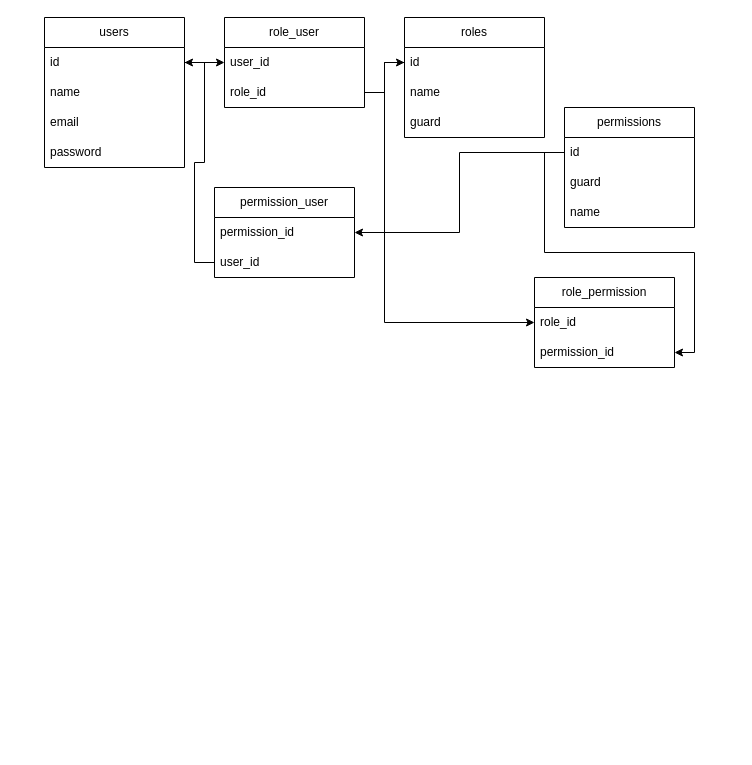
This is Untitled Diagram.drawio from asifmics/javascript, a draw.io file, before an edit. Source tidied: cells renumbered, new cells numbered last; positions are measured from the earlier drawing's top-left corner, leaving out a move shared by most shapes. Both pictures are drawn from the tidied source at 100%, with x=0, y=0 at pixel (44, 17).
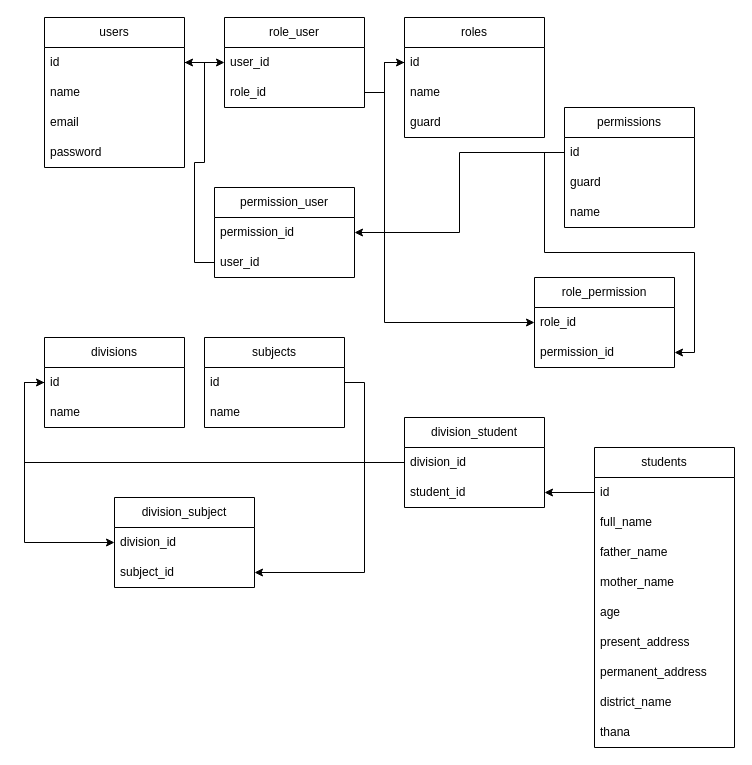
After the change.

What changed in the source:
```diff
@@
+    <mxCell id="30" value="divisions" style="swimlane;fontStyle=0;horizontal=1;startSize=30;whiteSpace=wrap;html=1;" parent="1" vertex="1">
+      <mxGeometry y="320" width="140" height="90" as="geometry" />
+    </mxCell>
+    <mxCell id="31" value="id" style="text;strokeColor=none;fillColor=none;align=left;verticalAlign=middle;spacingLeft=4;spacingRight=4;overflow=hidden;points=[[0,0.5],[1,0.5]];portConstraint=eastwest;whiteSpace=wrap;html=1;" parent="30" vertex="1">
+      <mxGeometry y="30" width="140" height="30" as="geometry" />
+    </mxCell>
+    <mxCell id="32" value="name" style="text;strokeColor=none;fillColor=none;align=left;verticalAlign=middle;spacingLeft=4;spacingRight=4;overflow=hidden;whiteSpace=wrap;html=1;" parent="30" vertex="1">
+      <mxGeometry y="60" width="140" height="30" as="geometry" />
+    </mxCell>
+    <mxCell id="33" value="students" style="swimlane;fontStyle=0;horizontal=1;startSize=30;whiteSpace=wrap;html=1;" parent="1" vertex="1">
+      <mxGeometry x="550" y="430" width="140" height="300" as="geometry" />
+    </mxCell>
+    <mxCell id="34" value="id" style="text;strokeColor=none;fillColor=none;align=left;verticalAlign=middle;spacingLeft=4;spacingRight=4;overflow=hidden;points=[[0,0.5],[1,0.5]];portConstraint=eastwest;whiteSpace=wrap;html=1;" parent="33" vertex="1">
+      <mxGeometry y="30" width="140" height="30" as="geometry" />
+    </mxCell>
+    <mxCell id="35" value="full_name" style="text;strokeColor=none;fillColor=none;align=left;verticalAlign=middle;spacingLeft=4;spacingRight=4;overflow=hidden;whiteSpace=wrap;html=1;" parent="33" vertex="1">
+      <mxGeometry y="60" width="140" height="30" as="geometry" />
+    </mxCell>
+    <mxCell id="36" value="father_name" style="text;strokeColor=none;fillColor=none;align=left;verticalAlign=middle;spacingLeft=4;spacingRight=4;overflow=hidden;whiteSpace=wrap;html=1;" parent="33" vertex="1">
+      <mxGeometry y="90" width="140" height="30" as="geometry" />
+    </mxCell>
+    <mxCell id="37" value="mother_name" style="text;strokeColor=none;fillColor=none;align=left;verticalAlign=middle;spacingLeft=4;spacingRight=4;overflow=hidden;whiteSpace=wrap;html=1;" parent="33" vertex="1">
+      <mxGeometry y="120" width="140" height="30" as="geometry" />
+    </mxCell>
+    <mxCell id="38" value="age" style="text;strokeColor=none;fillColor=none;align=left;verticalAlign=middle;spacingLeft=4;spacingRight=4;overflow=hidden;whiteSpace=wrap;html=1;" parent="33" vertex="1">
+      <mxGeometry y="150" width="140" height="30" as="geometry" />
+    </mxCell>
+    <mxCell id="39" value="present_address" style="text;strokeColor=none;fillColor=none;align=left;verticalAlign=middle;spacingLeft=4;spacingRight=4;overflow=hidden;whiteSpace=wrap;html=1;" parent="33" vertex="1">
+      <mxGeometry y="180" width="140" height="30" as="geometry" />
+    </mxCell>
+    <mxCell id="40" value="permanent_address" style="text;strokeColor=none;fillColor=none;align=left;verticalAlign=middle;spacingLeft=4;spacingRight=4;overflow=hidden;whiteSpace=wrap;html=1;" parent="33" vertex="1">
+      <mxGeometry y="210" width="140" height="30" as="geometry" />
+    </mxCell>
+    <mxCell id="41" value="district_name" style="text;strokeColor=none;fillColor=none;align=left;verticalAlign=middle;spacingLeft=4;spacingRight=4;overflow=hidden;whiteSpace=wrap;html=1;" parent="33" vertex="1">
+      <mxGeometry y="240" width="140" height="30" as="geometry" />
+    </mxCell>
+    <mxCell id="42" value="thana" style="text;strokeColor=none;fillColor=none;align=left;verticalAlign=middle;spacingLeft=4;spacingRight=4;overflow=hidden;whiteSpace=wrap;html=1;" parent="33" vertex="1">
+      <mxGeometry y="270" width="140" height="30" as="geometry" />
+    </mxCell>
+    <mxCell id="43" value="subjects" style="swimlane;fontStyle=0;horizontal=1;startSize=30;whiteSpace=wrap;html=1;" parent="1" vertex="1">
+      <mxGeometry x="160" y="320" width="140" height="90" as="geometry" />
+    </mxCell>
+    <mxCell id="44" value="id" style="text;strokeColor=none;fillColor=none;align=left;verticalAlign=middle;spacingLeft=4;spacingRight=4;overflow=hidden;points=[[0,0.5],[1,0.5]];portConstraint=eastwest;whiteSpace=wrap;html=1;" parent="43" vertex="1">
+      <mxGeometry y="30" width="140" height="30" as="geometry" />
+    </mxCell>
+    <mxCell id="45" value="name" style="text;strokeColor=none;fillColor=none;align=left;verticalAlign=middle;spacingLeft=4;spacingRight=4;overflow=hidden;whiteSpace=wrap;html=1;" parent="43" vertex="1">
+      <mxGeometry y="60" width="140" height="30" as="geometry" />
+    </mxCell>
+    <mxCell id="46" value="division_subject" style="swimlane;fontStyle=0;horizontal=1;startSize=30;whiteSpace=wrap;html=1;" parent="1" vertex="1">
+      <mxGeometry x="70" y="480" width="140" height="90" as="geometry" />
+    </mxCell>
+    <mxCell id="47" value="division_id" style="text;strokeColor=none;fillColor=none;align=left;verticalAlign=middle;spacingLeft=4;spacingRight=4;overflow=hidden;points=[[0,0.5],[1,0.5]];portConstraint=eastwest;whiteSpace=wrap;html=1;" parent="46" vertex="1">
+      <mxGeometry y="30" width="140" height="30" as="geometry" />
+    </mxCell>
+    <mxCell id="48" value="subject_id" style="text;strokeColor=none;fillColor=none;align=left;verticalAlign=middle;spacingLeft=4;spacingRight=4;overflow=hidden;points=[[0,0.5],[1,0.5]];portConstraint=eastwest;whiteSpace=wrap;html=1;" parent="46" vertex="1">
+      <mxGeometry y="60" width="140" height="30" as="geometry" />
+    </mxCell>
+    <mxCell id="49" style="edgeStyle=orthogonalEdgeStyle;rounded=0;jettySize=auto;html=1;exitX=0;exitY=0.5;exitDx=0;exitDy=0;entryX=0;entryY=0.5;entryDx=0;entryDy=0;" parent="1" edge="1" source="31" target="47">
+      <mxGeometry relative="1" as="geometry" />
+    </mxCell>
+    <mxCell id="50" style="edgeStyle=orthogonalEdgeStyle;rounded=0;jettySize=auto;html=1;exitX=1;exitY=0.5;exitDx=0;exitDy=0;entryX=1;entryY=0.5;entryDx=0;entryDy=0;" parent="1" edge="1" source="44" target="48">
+      <mxGeometry relative="1" as="geometry" />
+    </mxCell>
+    <mxCell id="51" value="division_student" style="swimlane;fontStyle=0;horizontal=1;startSize=30;whiteSpace=wrap;html=1;" parent="1" vertex="1">
+      <mxGeometry x="360" y="400" width="140" height="90" as="geometry" />
+    </mxCell>
+    <mxCell id="52" value="division_id" style="text;strokeColor=none;fillColor=none;align=left;verticalAlign=middle;spacingLeft=4;spacingRight=4;overflow=hidden;points=[[0,0.5],[1,0.5]];portConstraint=eastwest;whiteSpace=wrap;html=1;" parent="51" vertex="1">
+      <mxGeometry y="30" width="140" height="30" as="geometry" />
+    </mxCell>
+    <mxCell id="53" value="student_id" style="text;strokeColor=none;fillColor=none;align=left;verticalAlign=middle;spacingLeft=4;spacingRight=4;overflow=hidden;points=[[0,0.5],[1,0.5]];portConstraint=eastwest;whiteSpace=wrap;html=1;" parent="51" vertex="1">
+      <mxGeometry y="60" width="140" height="30" as="geometry" />
+    </mxCell>
+    <mxCell id="54" style="edgeStyle=orthogonalEdgeStyle;rounded=0;jettySize=auto;html=1;exitX=0;exitY=0.5;exitDx=0;exitDy=0;entryX=0;entryY=0.5;entryDx=0;entryDy=0;" parent="1" edge="1" source="52" target="31">
+      <mxGeometry relative="1" as="geometry" />
+    </mxCell>
+    <mxCell id="55" style="edgeStyle=orthogonalEdgeStyle;rounded=0;jettySize=auto;html=1;exitX=0;exitY=0.5;exitDx=0;exitDy=0;entryX=1;entryY=0.5;entryDx=0;entryDy=0;" parent="1" edge="1" source="34" target="53">
+      <mxGeometry relative="1" as="geometry" />
+    </mxCell>
```
